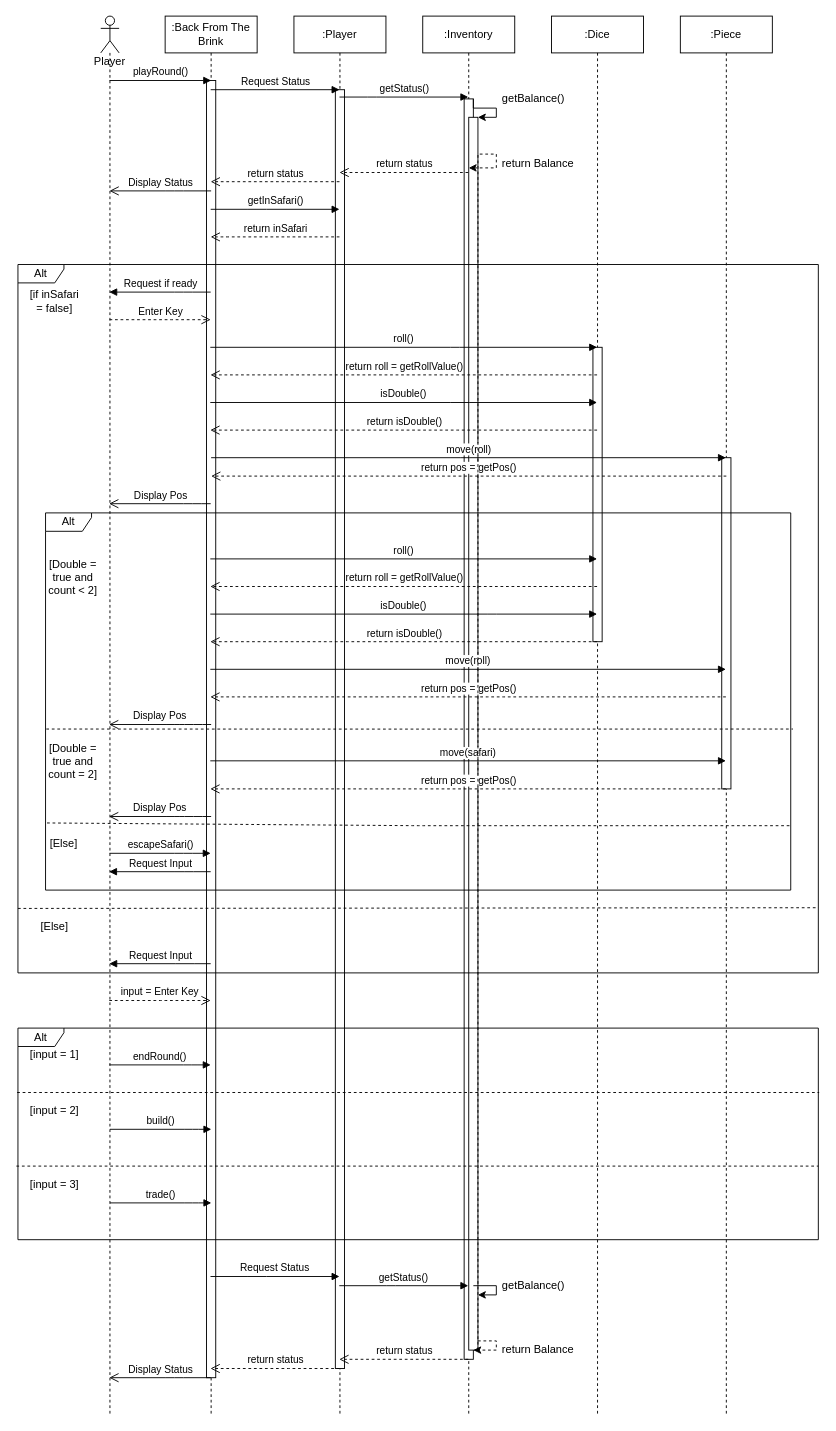
Above: Documentation/Sequence Diagrams/Take Turn SD (draft).drawio in cmcgarry5/csc2058-2021-g25 (draw.io), before the change. Source tidied: cells renumbered, new cells numbered last; positions are measured from the earlier drawing's top-left corner, leaving out a move shared by most shapes. Both pictures are drawn from the tidied source at 92%, with x=0, y=0 at pixel (16, 16).
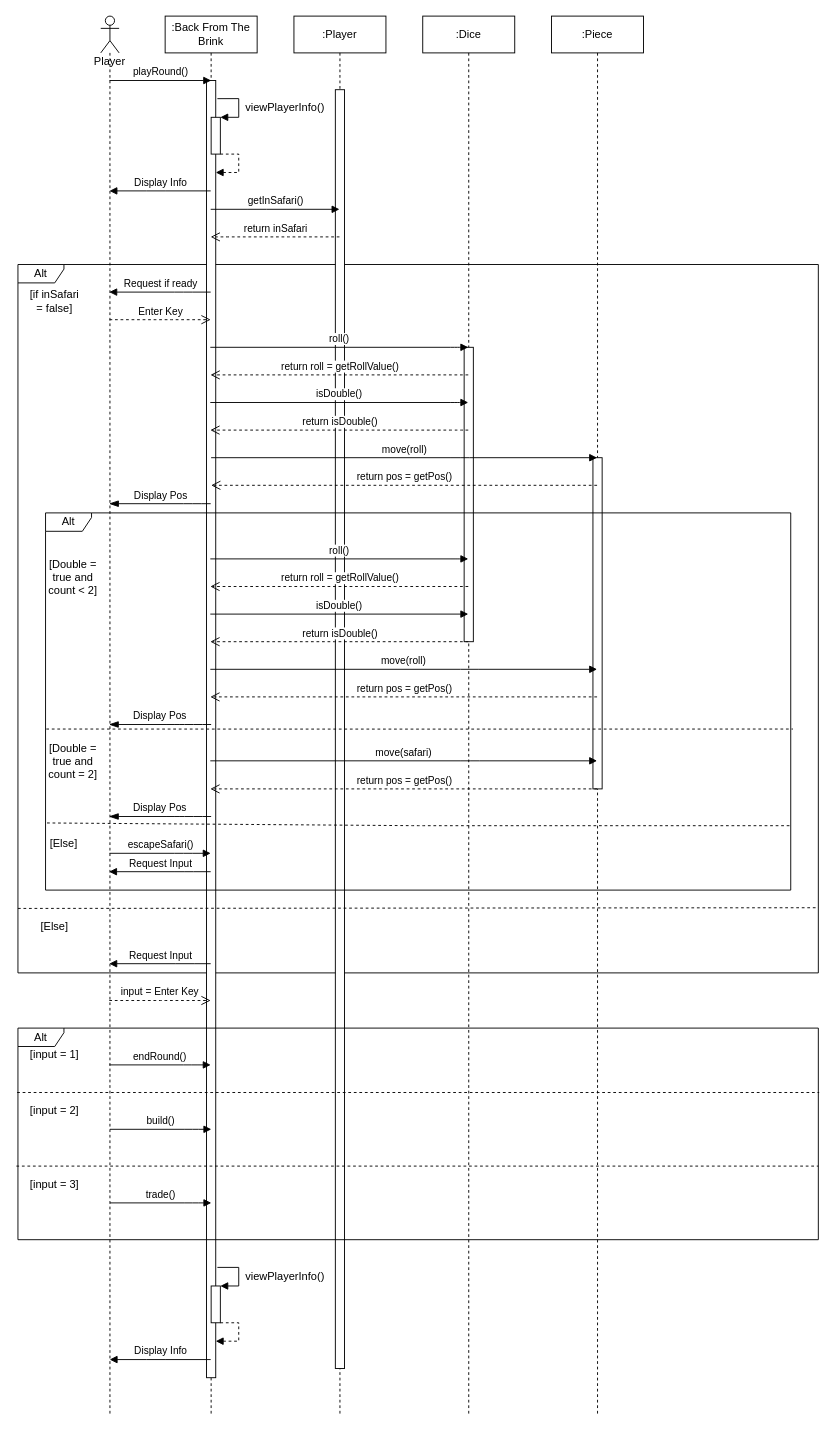
The same page after the edit.

The change refers to these unchanged cells:
```xml
<mxCell id="2" value=":Back From The Brink" style="shape=umlLifeline;perimeter=lifelinePerimeter;whiteSpace=wrap;html=1;outlineConnect=0;" parent="1" vertex="1">
  <mxGeometry x="162" width="100" height="1520" as="geometry" />
</mxCell>
<mxCell id="3" style="rounded=0;whiteSpace=wrap;html=1;" parent="2" vertex="1">
  <mxGeometry x="45" y="70" width="10" height="1410" as="geometry" />
</mxCell>
<mxCell id="5" value="Player" style="shape=umlLifeline;participant=umlActor;perimeter=lifelinePerimeter;whiteSpace=wrap;html=1;verticalAlign=top;spacingTop=36;outlineConnect=0;" parent="1" vertex="1">
  <mxGeometry x="92" width="20" height="1520" as="geometry" />
</mxCell>
<mxCell id="6" value=":Player" style="shape=umlLifeline;perimeter=lifelinePerimeter;whiteSpace=wrap;html=1;outlineConnect=0;" parent="1" vertex="1">
  <mxGeometry x="302" width="100" height="1520" as="geometry" />
</mxCell>
```

The edit, as a diff of the source:
```diff
@@
+    <mxCell id="33" value="Alt" style="shape=umlFrame;whiteSpace=wrap;html=1;width=50;height=20;fixDash=0;" parent="1" vertex="1">
+      <mxGeometry x="2" y="270" width="870" height="770" as="geometry" />
+    </mxCell>
@@
-    <mxCell id="8" value=":Inventory" style="shape=umlLifeline;perimeter=lifelinePerimeter;whiteSpace=wrap;html=1;outlineConnect=0;" parent="1" vertex="1">
-      <mxGeometry x="442" width="100" height="1520" as="geometry" />
-    </mxCell>
-    <mxCell id="9" style="rounded=0;whiteSpace=wrap;html=1;" parent="8" vertex="1">
-      <mxGeometry x="45" y="90" width="10" height="1370" as="geometry" />
-    </mxCell>
     <mxCell id="10" value=":Dice" style="shape=umlLifeline;perimeter=lifelinePerimeter;whiteSpace=wrap;html=1;outlineConnect=0;" parent="1" vertex="1">
-      <mxGeometry x="582" width="100" height="1520" as="geometry" />
+      <mxGeometry x="442" width="100" height="1520" as="geometry" />
     </mxCell>
@@
     <mxCell id="12" value=":Piece" style="shape=umlLifeline;perimeter=lifelinePerimeter;whiteSpace=wrap;html=1;outlineConnect=0;" parent="1" vertex="1">
-      <mxGeometry x="722" width="100" height="1520" as="geometry" />
+      <mxGeometry x="582" width="100" height="1520" as="geometry" />
     </mxCell>
@@
-    <mxCell id="14" value="Request Status" style="html=1;verticalAlign=bottom;endArrow=block;" parent="1" edge="1" source="2" target="6">
-      <mxGeometry relative="1" as="geometry">
-        <Array as="points">
-          <mxPoint x="262" y="80" />
-        </Array>
-      </mxGeometry>
-    </mxCell>
-    <mxCell id="15" value="getStatus()" style="html=1;verticalAlign=bottom;endArrow=block;" parent="1" edge="1" source="6" target="8">
-      <mxGeometry relative="1" as="geometry">
-        <Array as="points">
-          <mxPoint x="392" y="88" />
-        </Array>
-      </mxGeometry>
-    </mxCell>
-    <mxCell id="16" value="return status" style="html=1;verticalAlign=bottom;endArrow=open;dashed=1;endSize=8;" parent="1" edge="1" source="6" target="2">
-      <mxGeometry relative="1" as="geometry">
-        <Array as="points">
-          <mxPoint x="302" y="180" />
-        </Array>
-      </mxGeometry>
-    </mxCell>
@@
-    <mxCell id="19" style="edgeStyle=orthogonalEdgeStyle;rounded=0;jettySize=auto;html=1;exitX=1;exitY=0;exitDx=0;exitDy=0;entryX=1;entryY=0;entryDx=0;entryDy=0;" parent="1" edge="1" source="9" target="31">
-      <mxGeometry relative="1" as="geometry">
-        <Array as="points">
-          <mxPoint x="497" y="100" />
-          <mxPoint x="522" y="100" />
-          <mxPoint x="522" y="110" />
-        </Array>
-      </mxGeometry>
-    </mxCell>
-    <mxCell id="20" value="getBalance()" style="text;html=1;align=center;verticalAlign=middle;" parent="1" vertex="1">
-      <mxGeometry x="522" y="80" width="80" height="20" as="geometry" />
-    </mxCell>
-    <mxCell id="21" value="return Balance" style="text;html=1;align=center;verticalAlign=middle;" parent="1" vertex="1">
-      <mxGeometry x="522" y="150" width="90" height="20" as="geometry" />
-    </mxCell>
-    <mxCell id="22" value="return status" style="html=1;verticalAlign=bottom;endArrow=open;dashed=1;endSize=8;" parent="1" edge="1" source="8" target="6">
-      <mxGeometry relative="1" as="geometry">
-        <Array as="points">
-          <mxPoint x="442.8" y="170" />
-        </Array>
-      </mxGeometry>
-    </mxCell>
-    <mxCell id="23" value="Display Status" style="html=1;verticalAlign=bottom;endArrow=open;endSize=8;" parent="1" edge="1" target="5">
-      <mxGeometry relative="1" as="geometry">
-        <mxPoint x="212" y="190" as="sourcePoint" />
-        <Array as="points">
-          <mxPoint x="172" y="190" />
-        </Array>
-      </mxGeometry>
-    </mxCell>
-    <mxCell id="24" value="Request Status" style="html=1;verticalAlign=bottom;endArrow=block;" parent="1" edge="1">
-      <mxGeometry relative="1" as="geometry">
-        <mxPoint x="211.3" y="1370" as="sourcePoint" />
-        <mxPoint x="351.5" y="1370" as="targetPoint" />
-        <Array as="points">
-          <mxPoint x="262" y="1370" />
-        </Array>
-      </mxGeometry>
-    </mxCell>
-    <mxCell id="25" value="getStatus()" style="html=1;verticalAlign=bottom;endArrow=block;" parent="1" edge="1">
-      <mxGeometry relative="1" as="geometry">
-        <mxPoint x="351.3" y="1380" as="sourcePoint" />
-        <mxPoint x="491.5" y="1380" as="targetPoint" />
-        <Array as="points">
-          <mxPoint x="402.3" y="1380" />
-        </Array>
-      </mxGeometry>
-    </mxCell>
-    <mxCell id="26" value="return status" style="html=1;verticalAlign=bottom;endArrow=open;dashed=1;endSize=8;" parent="1" edge="1">
-      <mxGeometry relative="1" as="geometry">
-        <mxPoint x="351.5" y="1470" as="sourcePoint" />
-        <mxPoint x="211.3" y="1470" as="targetPoint" />
-        <Array as="points">
-          <mxPoint x="302" y="1470" />
-        </Array>
-      </mxGeometry>
-    </mxCell>
-    <mxCell id="27" value="getBalance()" style="text;html=1;align=center;verticalAlign=middle;" parent="1" vertex="1">
-      <mxGeometry x="522" y="1370" width="80" height="20" as="geometry" />
-    </mxCell>
-    <mxCell id="28" value="return Balance" style="text;html=1;align=center;verticalAlign=middle;" parent="1" vertex="1">
-      <mxGeometry x="522" y="1440" width="90" height="20" as="geometry" />
-    </mxCell>
-    <mxCell id="29" value="return status" style="html=1;verticalAlign=bottom;endArrow=open;dashed=1;endSize=8;" parent="1" edge="1">
-      <mxGeometry relative="1" as="geometry">
-        <mxPoint x="491.5" y="1460" as="sourcePoint" />
-        <mxPoint x="351.3" y="1460" as="targetPoint" />
-        <Array as="points">
-          <mxPoint x="442.8" y="1460" />
-        </Array>
-      </mxGeometry>
-    </mxCell>
-    <mxCell id="30" value="Display Status" style="html=1;verticalAlign=bottom;endArrow=open;endSize=8;" parent="1" edge="1">
-      <mxGeometry relative="1" as="geometry">
-        <mxPoint x="211.5" y="1480" as="sourcePoint" />
-        <mxPoint x="101.3" y="1480" as="targetPoint" />
-        <Array as="points">
-          <mxPoint x="172" y="1480" />
-        </Array>
-      </mxGeometry>
-    </mxCell>
-    <mxCell id="31" style="rounded=0;whiteSpace=wrap;html=1;" parent="1" vertex="1">
-      <mxGeometry x="492" y="110" width="10" height="1340" as="geometry" />
-    </mxCell>
@@
-    <mxCell id="33" value="Alt" style="shape=umlFrame;whiteSpace=wrap;html=1;width=50;height=20;fixDash=0;" parent="1" vertex="1">
-      <mxGeometry x="2" y="270" width="870" height="770" as="geometry" />
-    </mxCell>
@@
-    <mxCell id="38" value="return roll = getRollValue()" style="html=1;verticalAlign=bottom;endArrow=open;dashed=1;endSize=8;" parent="1" edge="1">
+    <mxCell id="38" value="return roll = getRollValue()" style="html=1;verticalAlign=bottom;endArrow=open;dashed=1;endSize=8;" parent="1" edge="1" source="10">
       <mxGeometry relative="1" as="geometry">
-        <mxPoint x="631.5" y="390" as="sourcePoint" />
         <mxPoint x="211.3" y="390" as="targetPoint" />
         <Array as="points">
           <mxPoint x="303.2" y="390" />
         </Array>
       </mxGeometry>
     </mxCell>
-    <mxCell id="39" value="isDouble()" style="html=1;verticalAlign=bottom;endArrow=block;" parent="1" edge="1">
+    <mxCell id="39" value="isDouble()" style="html=1;verticalAlign=bottom;endArrow=block;" parent="1" edge="1" target="10">
       <mxGeometry relative="1" as="geometry">
         <mxPoint x="211.1" y="420" as="sourcePoint" />
-        <mxPoint x="631.5" y="420" as="targetPoint" />
         <Array as="points">
           <mxPoint x="482.5" y="420" />
         </Array>
       </mxGeometry>
     </mxCell>
-    <mxCell id="40" value="return isDouble()" style="html=1;verticalAlign=bottom;endArrow=open;dashed=1;endSize=8;" parent="1" edge="1">
+    <mxCell id="40" value="return isDouble()" style="html=1;verticalAlign=bottom;endArrow=open;dashed=1;endSize=8;" parent="1" edge="1" source="10">
       <mxGeometry relative="1" as="geometry">
-        <mxPoint x="631.5" y="450" as="sourcePoint" />
         <mxPoint x="211.1" y="450" as="targetPoint" />
         <Array as="points">
-          <mxPoint x="562" y="450" />
           <mxPoint x="482" y="450" />
         </Array>
       </mxGeometry>
     </mxCell>
-    <mxCell id="41" value="move(roll)" style="html=1;verticalAlign=bottom;endArrow=block;" parent="1" edge="1">
+    <mxCell id="41" value="move(roll)" style="html=1;verticalAlign=bottom;endArrow=block;" parent="1" edge="1" target="12">
       <mxGeometry relative="1" as="geometry">
         <mxPoint x="212" y="480" as="sourcePoint" />
-        <mxPoint x="771.5" y="480" as="targetPoint" />
         <Array as="points">
           <mxPoint x="482.7" y="480" />
         </Array>
       </mxGeometry>
     </mxCell>
-    <mxCell id="42" value="return pos = getPos()" style="html=1;verticalAlign=bottom;endArrow=open;dashed=1;endSize=8;" parent="1" edge="1">
+    <mxCell id="42" value="return pos = getPos()" style="html=1;verticalAlign=bottom;endArrow=open;dashed=1;endSize=8;" parent="1" edge="1" source="12">
       <mxGeometry relative="1" as="geometry">
-        <mxPoint x="772" y="500" as="sourcePoint" />
-        <mxPoint x="212" y="500" as="targetPoint" />
+        <mxPoint x="212" y="510" as="targetPoint" />
         <Array as="points">
-          <mxPoint x="602" y="500" />
+          <mxPoint x="602" y="510" />
+          <mxPoint x="402" y="510" />
         </Array>
       </mxGeometry>
     </mxCell>
-    <mxCell id="43" value="Display Pos" style="html=1;verticalAlign=bottom;endArrow=open;endSize=8;" parent="1" edge="1">
+    <mxCell id="43" value="Display Pos" style="html=1;verticalAlign=bottom;endArrow=blockThin;endSize=8;endFill=1;" parent="1" edge="1">
       <mxGeometry relative="1" as="geometry">
         <mxPoint x="211.5" y="530" as="sourcePoint" />
         <mxPoint x="101.1" y="530" as="targetPoint" />
         <Array as="points">
           <mxPoint x="192" y="530" />
         </Array>
       </mxGeometry>
     </mxCell>
@@
-    <mxCell id="46" value="roll()" style="html=1;verticalAlign=bottom;endArrow=block;" parent="1" edge="1">
+    <mxCell id="46" value="roll()" style="html=1;verticalAlign=bottom;endArrow=block;" parent="1" edge="1" target="10">
       <mxGeometry relative="1" as="geometry">
         <mxPoint x="211.1" y="590" as="sourcePoint" />
-        <mxPoint x="631.5" y="590" as="targetPoint" />
         <Array as="points">
           <mxPoint x="482.7" y="590" />
         </Array>
       </mxGeometry>
     </mxCell>
-    <mxCell id="47" value="return roll = getRollValue()" style="html=1;verticalAlign=bottom;endArrow=open;dashed=1;endSize=8;" parent="1" edge="1">
+    <mxCell id="47" value="return roll = getRollValue()" style="html=1;verticalAlign=bottom;endArrow=open;dashed=1;endSize=8;" parent="1" edge="1" source="10">
       <mxGeometry relative="1" as="geometry">
-        <mxPoint x="631.5" y="620" as="sourcePoint" />
         <mxPoint x="211.1" y="620" as="targetPoint" />
         <Array as="points">
           <mxPoint x="303.8" y="620" />
         </Array>
       </mxGeometry>
     </mxCell>
-    <mxCell id="48" value="isDouble()" style="html=1;verticalAlign=bottom;endArrow=block;" parent="1" edge="1">
+    <mxCell id="48" value="isDouble()" style="html=1;verticalAlign=bottom;endArrow=block;" parent="1" edge="1" target="10">
       <mxGeometry relative="1" as="geometry">
         <mxPoint x="211.1" y="650" as="sourcePoint" />
-        <mxPoint x="631.5" y="650" as="targetPoint" />
-        <Array as="points">
-          <mxPoint x="512" y="650" />
-        </Array>
       </mxGeometry>
     </mxCell>
-    <mxCell id="49" value="return isDouble()" style="html=1;verticalAlign=bottom;endArrow=open;dashed=1;endSize=8;" parent="1" edge="1">
+    <mxCell id="49" value="return isDouble()" style="html=1;verticalAlign=bottom;endArrow=open;dashed=1;endSize=8;" parent="1" edge="1" source="10">
       <mxGeometry relative="1" as="geometry">
-        <mxPoint x="631.5" y="680" as="sourcePoint" />
         <mxPoint x="211.1" y="680" as="targetPoint" />
         <Array as="points">
-          <mxPoint x="592" y="680" />
-          <mxPoint x="492" y="680" />
           <mxPoint x="352" y="680" />
         </Array>
       </mxGeometry>
     </mxCell>
-    <mxCell id="50" value="move(roll)" style="html=1;verticalAlign=bottom;endArrow=block;" parent="1" edge="1">
+    <mxCell id="50" value="move(roll)" style="html=1;verticalAlign=bottom;endArrow=block;" parent="1" edge="1" target="12">
       <mxGeometry relative="1" as="geometry">
         <mxPoint x="211.1" y="710" as="sourcePoint" />
-        <mxPoint x="771.5" y="710" as="targetPoint" />
         <Array as="points">
           <mxPoint x="493" y="710" />
         </Array>
       </mxGeometry>
     </mxCell>
-    <mxCell id="51" value="return pos = getPos()" style="html=1;verticalAlign=bottom;endArrow=open;dashed=1;endSize=8;" parent="1" edge="1">
+    <mxCell id="51" value="return pos = getPos()" style="html=1;verticalAlign=bottom;endArrow=open;dashed=1;endSize=8;" parent="1" edge="1" source="12">
       <mxGeometry relative="1" as="geometry">
-        <mxPoint x="771.5" y="740" as="sourcePoint" />
         <mxPoint x="211.1" y="740" as="targetPoint" />
         <Array as="points">
           <mxPoint x="522" y="740" />
         </Array>
       </mxGeometry>
     </mxCell>
-    <mxCell id="52" value="Display Pos" style="html=1;verticalAlign=bottom;endArrow=open;endSize=8;" parent="1" edge="1">
+    <mxCell id="52" value="Display Pos" style="html=1;verticalAlign=bottom;endArrow=blockThin;endSize=8;endFill=1;" parent="1" edge="1">
       <mxGeometry relative="1" as="geometry">
         <mxPoint x="212" y="770" as="sourcePoint" />
         <mxPoint x="101" y="770" as="targetPoint" />
         <Array as="points">
           <mxPoint x="193" y="770" />
           <mxPoint x="173" y="770" />
         </Array>
       </mxGeometry>
     </mxCell>
@@
-    <mxCell id="54" value="move(safari)" style="html=1;verticalAlign=bottom;endArrow=block;" parent="1" edge="1">
+    <mxCell id="54" value="move(safari)" style="html=1;verticalAlign=bottom;endArrow=block;" parent="1" edge="1" target="12">
       <mxGeometry relative="1" as="geometry">
         <mxPoint x="211.1" y="809.5" as="sourcePoint" />
-        <mxPoint x="771.5" y="809.5" as="targetPoint" />
         <Array as="points">
           <mxPoint x="493.5" y="809.5" />
         </Array>
       </mxGeometry>
     </mxCell>
-    <mxCell id="55" value="return pos = getPos()" style="html=1;verticalAlign=bottom;endArrow=open;dashed=1;endSize=8;" parent="1" edge="1">
+    <mxCell id="55" value="return pos = getPos()" style="html=1;verticalAlign=bottom;endArrow=open;dashed=1;endSize=8;" parent="1" edge="1" source="12">
       <mxGeometry relative="1" as="geometry">
-        <mxPoint x="771.5" y="840" as="sourcePoint" />
         <mxPoint x="211.1" y="840" as="targetPoint" />
         <Array as="points">
           <mxPoint x="532" y="840" />
         </Array>
       </mxGeometry>
     </mxCell>
-    <mxCell id="56" value="Display Pos" style="html=1;verticalAlign=bottom;endArrow=open;endSize=8;" parent="1" edge="1">
+    <mxCell id="56" value="Display Pos" style="html=1;verticalAlign=bottom;endArrow=blockThin;endSize=8;endFill=1;" parent="1" edge="1">
       <mxGeometry relative="1" as="geometry">
         <mxPoint x="212" y="870" as="sourcePoint" />
         <mxPoint x="101" y="870" as="targetPoint" />
         <Array as="points">
           <mxPoint x="193" y="870" />
           <mxPoint x="173" y="870" />
         </Array>
       </mxGeometry>
     </mxCell>
@@
-    <mxCell id="72" value="roll()" style="html=1;verticalAlign=bottom;endArrow=block;" parent="1" edge="1">
+    <mxCell id="72" value="roll()" style="html=1;verticalAlign=bottom;endArrow=block;" parent="1" edge="1" target="10">
       <mxGeometry relative="1" as="geometry">
         <mxPoint x="211.1" y="360" as="sourcePoint" />
-        <mxPoint x="631.5" y="360" as="targetPoint" />
         <Array as="points">
           <mxPoint x="482" y="360" />
         </Array>
       </mxGeometry>
     </mxCell>
-    <mxCell id="73" style="edgeStyle=orthogonalEdgeStyle;rounded=0;jettySize=auto;html=1;exitX=1;exitY=1;exitDx=0;exitDy=0;dashed=1;" parent="1" edge="1" source="31">
-      <mxGeometry relative="1" as="geometry">
-        <mxPoint x="492" y="165" as="targetPoint" />
-        <Array as="points">
-          <mxPoint x="522" y="150" />
-          <mxPoint x="522" y="165" />
-        </Array>
-      </mxGeometry>
-    </mxCell>
-    <mxCell id="74" style="edgeStyle=orthogonalEdgeStyle;rounded=0;orthogonalLoop=1;jettySize=auto;html=1;exitX=1;exitY=0;exitDx=0;exitDy=0;entryX=1;entryY=0;entryDx=0;entryDy=0;" parent="1" edge="1">
-      <mxGeometry relative="1" as="geometry">
-        <mxPoint x="497" y="1380" as="sourcePoint" />
-        <mxPoint x="502" y="1390" as="targetPoint" />
-        <Array as="points">
-          <mxPoint x="522" y="1380" />
-          <mxPoint x="522" y="1390" />
-        </Array>
-      </mxGeometry>
-    </mxCell>
-    <mxCell id="75" style="edgeStyle=orthogonalEdgeStyle;rounded=0;orthogonalLoop=1;jettySize=auto;html=1;exitX=1;exitY=1;exitDx=0;exitDy=0;dashed=1;" parent="1" edge="1">
-      <mxGeometry relative="1" as="geometry">
-        <mxPoint x="502" y="1440" as="sourcePoint" />
-        <mxPoint x="497" y="1450" as="targetPoint" />
-        <Array as="points">
-          <mxPoint x="522" y="1440" />
-          <mxPoint x="522" y="1450" />
-          <mxPoint x="497" y="1450" />
-        </Array>
-      </mxGeometry>
-    </mxCell>
@@
+    <mxCell id="77" style="rounded=0;whiteSpace=wrap;html=1;" parent="1" vertex="1">
+      <mxGeometry x="212" y="110" width="10" height="40" as="geometry" />
+    </mxCell>
+    <mxCell id="78" style="html=1;verticalAlign=bottom;endArrow=block;exitX=1.178;exitY=0.014;exitDx=0;exitDy=0;exitPerimeter=0;entryX=1;entryY=0;entryDx=0;entryDy=0;edgeStyle=orthogonalEdgeStyle;rounded=0;" parent="1" edge="1" source="3" target="77">
+      <mxGeometry relative="1" as="geometry">
+        <Array as="points">
+          <mxPoint x="242" y="90" />
+          <mxPoint x="242" y="110" />
+        </Array>
+      </mxGeometry>
+    </mxCell>
+    <mxCell id="79" value="viewPlayerInfo()" style="text;html=1;align=center;verticalAlign=middle;" parent="1" vertex="1">
+      <mxGeometry x="242" y="90" width="100" height="20" as="geometry" />
+    </mxCell>
+    <mxCell id="80" style="html=1;verticalAlign=bottom;endArrow=block;exitX=1;exitY=1;exitDx=0;exitDy=0;edgeStyle=orthogonalEdgeStyle;rounded=0;dashed=1;" parent="1" edge="1" source="77">
+      <mxGeometry relative="1" as="geometry">
+        <mxPoint x="217" y="170" as="targetPoint" />
+        <Array as="points">
+          <mxPoint x="242" y="150" />
+          <mxPoint x="242" y="170" />
+        </Array>
+      </mxGeometry>
+    </mxCell>
+    <mxCell id="81" value="Display Info" style="html=1;verticalAlign=bottom;endArrow=block;" parent="1" edge="1" source="2" target="5">
+      <mxGeometry relative="1" as="geometry">
+        <Array as="points">
+          <mxPoint x="152" y="190" />
+        </Array>
+      </mxGeometry>
+    </mxCell>
+    <mxCell id="82" style="rounded=0;whiteSpace=wrap;html=1;" parent="1" vertex="1">
+      <mxGeometry x="212" y="1380.3" width="10" height="40" as="geometry" />
+    </mxCell>
+    <mxCell id="83" style="html=1;verticalAlign=bottom;endArrow=block;exitX=1.178;exitY=0.014;exitDx=0;exitDy=0;exitPerimeter=0;entryX=1;entryY=0;entryDx=0;entryDy=0;edgeStyle=orthogonalEdgeStyle;rounded=0;" parent="1" edge="1" target="82">
+      <mxGeometry relative="1" as="geometry">
+        <mxPoint x="218.8" y="1360.1" as="sourcePoint" />
+        <Array as="points">
+          <mxPoint x="242" y="1360.3" />
+          <mxPoint x="242" y="1380.3" />
+        </Array>
+      </mxGeometry>
+    </mxCell>
+    <mxCell id="84" value="viewPlayerInfo()" style="text;html=1;align=center;verticalAlign=middle;" parent="1" vertex="1">
+      <mxGeometry x="242" y="1360.3" width="100" height="20" as="geometry" />
+    </mxCell>
+    <mxCell id="85" style="html=1;verticalAlign=bottom;endArrow=block;exitX=1;exitY=1;exitDx=0;exitDy=0;edgeStyle=orthogonalEdgeStyle;rounded=0;dashed=1;" parent="1" edge="1" source="82">
+      <mxGeometry relative="1" as="geometry">
+        <mxPoint x="217" y="1440.3" as="targetPoint" />
+        <Array as="points">
+          <mxPoint x="242" y="1420.3" />
+          <mxPoint x="242" y="1440.3" />
+        </Array>
+      </mxGeometry>
+    </mxCell>
+    <mxCell id="86" value="Display Info" style="html=1;verticalAlign=bottom;endArrow=block;" parent="1" edge="1">
+      <mxGeometry relative="1" as="geometry">
+        <mxPoint x="211.5" y="1460.3" as="sourcePoint" />
+        <mxPoint x="101.7" y="1460.3" as="targetPoint" />
+        <Array as="points">
+          <mxPoint x="152" y="1460.3" />
+        </Array>
+      </mxGeometry>
+    </mxCell>
```
